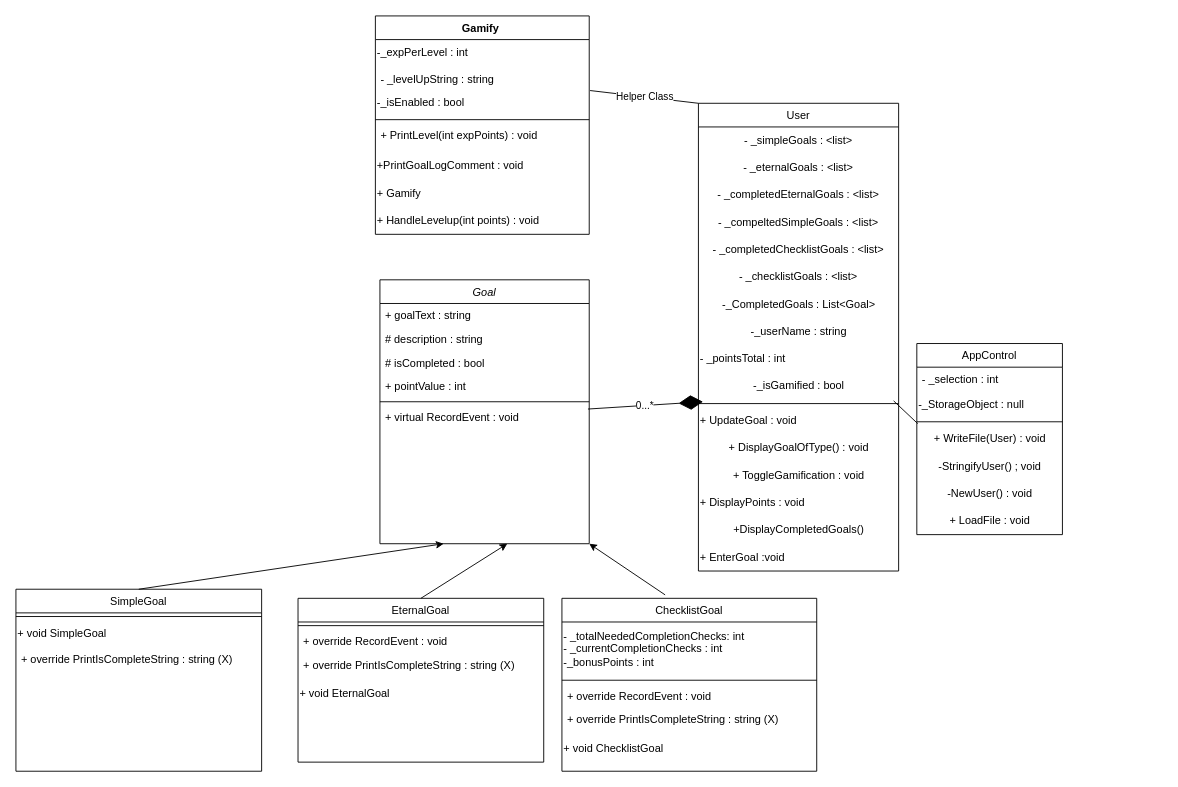
Before: prove/Develop05/TomEternalQuest.drawio in ThomasAMH/cse210-projects, a draw.io diagram. Source tidied: cells renumbered, new cells numbered last; positions are measured from the earlier drawing's top-left corner, leaving out a move shared by most shapes. Both pictures are drawn from the tidied source at 91%, with x=0, y=0 at pixel (15, 15).
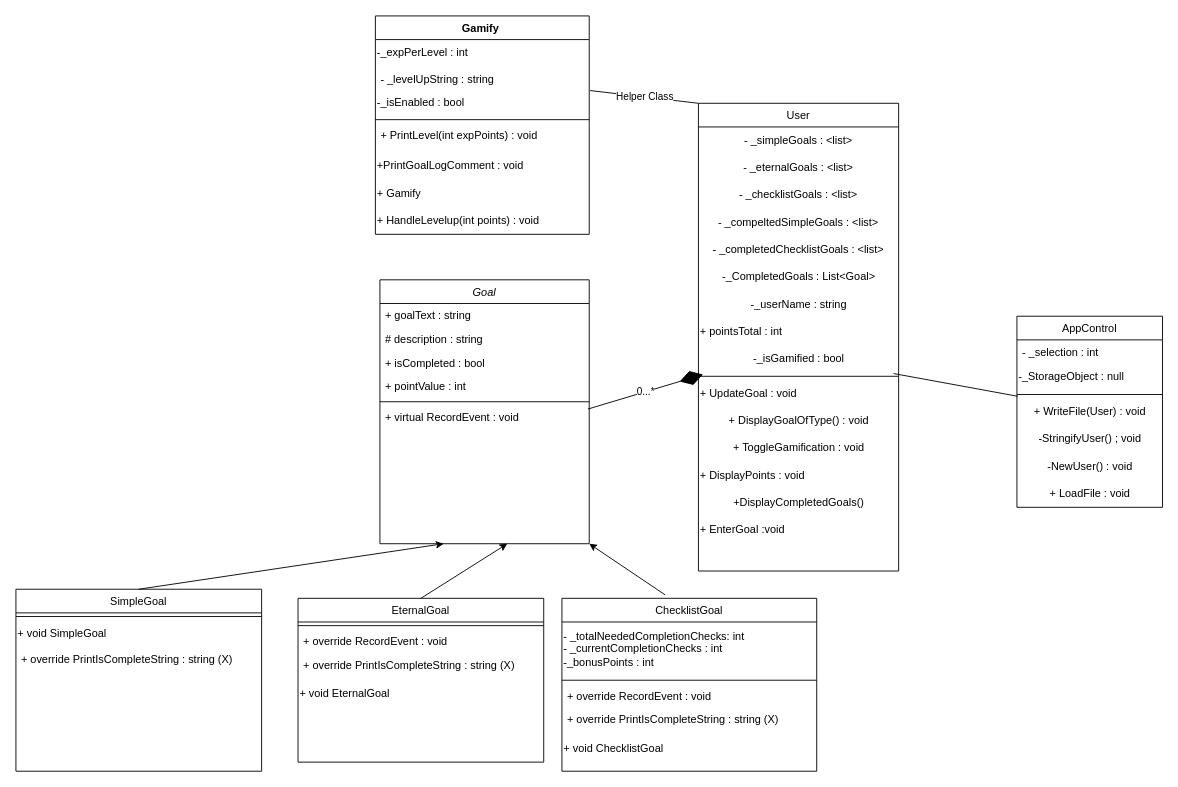
After the change.

Unchanged cells that the change refers to:
```xml
<mxCell id="2" value="Goal" style="swimlane;fontStyle=2;align=center;verticalAlign=top;horizontal=1;startSize=26;rounded=0;shadow=0;strokeWidth=1;" parent="1" vertex="1">
  <mxGeometry x="400" y="290" width="230" height="290" as="geometry" />
</mxCell>
<mxCell id="19" value="User" style="swimlane;fontStyle=0;align=center;verticalAlign=top;horizontal=1;startSize=26;rounded=0;shadow=0;strokeWidth=1;" parent="1" vertex="1">
  <mxGeometry x="750" y="96" width="220" height="514" as="geometry" />
</mxCell>
```

Diff of the diagram source:
```diff
@@
-    <mxCell id="5" value="# isCompleted : bool" style="text;align=left;verticalAlign=top;spacingLeft=4;spacingRight=4;overflow=hidden;rounded=0;shadow=0;html=0;" parent="2" vertex="1">
+    <mxCell id="5" value="+ isCompleted : bool" style="text;align=left;verticalAlign=top;spacingLeft=4;spacingRight=4;overflow=hidden;rounded=0;shadow=0;html=0;" parent="2" vertex="1">
       <mxGeometry y="78" width="230" height="26" as="geometry" />
     </mxCell>
@@
-    <mxCell id="22" value="- _completedEternalGoals : &amp;lt;list&amp;gt;" style="text;html=1;strokeColor=none;fillColor=none;align=center;verticalAlign=middle;whiteSpace=wrap;rounded=0;" parent="19" vertex="1">
-      <mxGeometry y="86" width="220" height="30" as="geometry" />
-    </mxCell>
+    <mxCell id="25" value="- _checklistGoals : &amp;lt;list&amp;gt;" style="text;html=1;strokeColor=none;fillColor=none;align=center;verticalAlign=middle;whiteSpace=wrap;rounded=0;" parent="19" vertex="1">
+      <mxGeometry y="86" width="220" height="30" as="geometry" />
+    </mxCell>
@@
-    <mxCell id="25" value="- _checklistGoals : &amp;lt;list&amp;gt;" style="text;html=1;strokeColor=none;fillColor=none;align=center;verticalAlign=middle;whiteSpace=wrap;rounded=0;" parent="19" vertex="1">
-      <mxGeometry y="176" width="220" height="30" as="geometry" />
-    </mxCell>
     <mxCell id="26" value="-_CompletedGoals : List&amp;lt;Goal&amp;gt;" style="text;html=1;align=center;verticalAlign=middle;strokeColor=none;fillColor=none;" parent="19" vertex="1">
-      <mxGeometry y="206" width="220" height="30" as="geometry" />
+      <mxGeometry y="176" width="220" height="30" as="geometry" />
     </mxCell>
     <mxCell id="27" value="-_userName : string" style="text;html=1;align=center;verticalAlign=middle;strokeColor=none;fillColor=none;" parent="19" vertex="1">
-      <mxGeometry y="236" width="220" height="30" as="geometry" />
+      <mxGeometry y="206" width="220" height="30" as="geometry" />
     </mxCell>
-    <mxCell id="28" value="- _pointsTotal : int" style="text;html=1;strokeColor=none;fillColor=none;align=left;verticalAlign=middle;whiteSpace=wrap;rounded=0;" parent="19" vertex="1">
-      <mxGeometry y="266" width="220" height="30" as="geometry" />
+    <mxCell id="28" value="+ pointsTotal : int" style="text;html=1;strokeColor=none;fillColor=none;align=left;verticalAlign=middle;whiteSpace=wrap;rounded=0;" parent="19" vertex="1">
+      <mxGeometry y="236" width="220" height="30" as="geometry" />
     </mxCell>
     <mxCell id="29" value="-_isGamified : bool" style="text;html=1;align=center;verticalAlign=middle;strokeColor=none;fillColor=none;" parent="19" vertex="1">
-      <mxGeometry y="296" width="220" height="30" as="geometry" />
+      <mxGeometry y="266" width="220" height="30" as="geometry" />
     </mxCell>
     <mxCell id="30" style="line;html=1;strokeWidth=1;align=left;verticalAlign=middle;spacingTop=-1;spacingLeft=3;spacingRight=3;labelPosition=right;points=[];portConstraint=eastwest;" parent="19" vertex="1">
-      <mxGeometry y="326" width="220" height="8" as="geometry" />
+      <mxGeometry y="296" width="220" height="8" as="geometry" />
     </mxCell>
     <mxCell id="31" value="+ UpdateGoal : void" style="text;html=1;strokeColor=none;fillColor=none;align=left;verticalAlign=middle;whiteSpace=wrap;rounded=0;" parent="19" vertex="1">
-      <mxGeometry y="334" width="220" height="30" as="geometry" />
+      <mxGeometry y="304" width="220" height="30" as="geometry" />
     </mxCell>
     <mxCell id="32" value="+ DisplayGoalOfType() : void" style="text;html=1;align=center;verticalAlign=middle;strokeColor=none;fillColor=none;" parent="19" vertex="1">
-      <mxGeometry y="364" width="220" height="30" as="geometry" />
+      <mxGeometry y="334" width="220" height="30" as="geometry" />
     </mxCell>
     <mxCell id="33" value="+ ToggleGamification : void" style="text;html=1;align=center;verticalAlign=middle;strokeColor=none;fillColor=none;" parent="19" vertex="1">
-      <mxGeometry y="394" width="220" height="30" as="geometry" />
+      <mxGeometry y="364" width="220" height="30" as="geometry" />
     </mxCell>
     <mxCell id="34" value="+ DisplayPoints : void" style="text;html=1;align=left;verticalAlign=middle;strokeColor=none;fillColor=none;" parent="19" vertex="1">
-      <mxGeometry y="424" width="220" height="30" as="geometry" />
+      <mxGeometry y="394" width="220" height="30" as="geometry" />
     </mxCell>
     <mxCell id="35" value="+DisplayCompletedGoals()" style="text;html=1;align=center;verticalAlign=middle;strokeColor=none;fillColor=none;" parent="19" vertex="1">
-      <mxGeometry y="454" width="220" height="30" as="geometry" />
+      <mxGeometry y="424" width="220" height="30" as="geometry" />
     </mxCell>
     <mxCell id="36" value="+ EnterGoal :void" style="text;html=1;strokeColor=none;fillColor=none;align=left;verticalAlign=middle;whiteSpace=wrap;rounded=0;" parent="19" vertex="1">
-      <mxGeometry y="484" width="220" height="30" as="geometry" />
+      <mxGeometry y="454" width="220" height="30" as="geometry" />
     </mxCell>
     <mxCell id="37" value="AppControl" style="swimlane;fontStyle=0;align=center;verticalAlign=top;horizontal=1;startSize=26;rounded=0;shadow=0;strokeWidth=1;" parent="1" vertex="1">
-      <mxGeometry x="990" y="360" width="160" height="210" as="geometry" />
+      <mxGeometry x="1100" y="330" width="160" height="210" as="geometry" />
     </mxCell>
```
